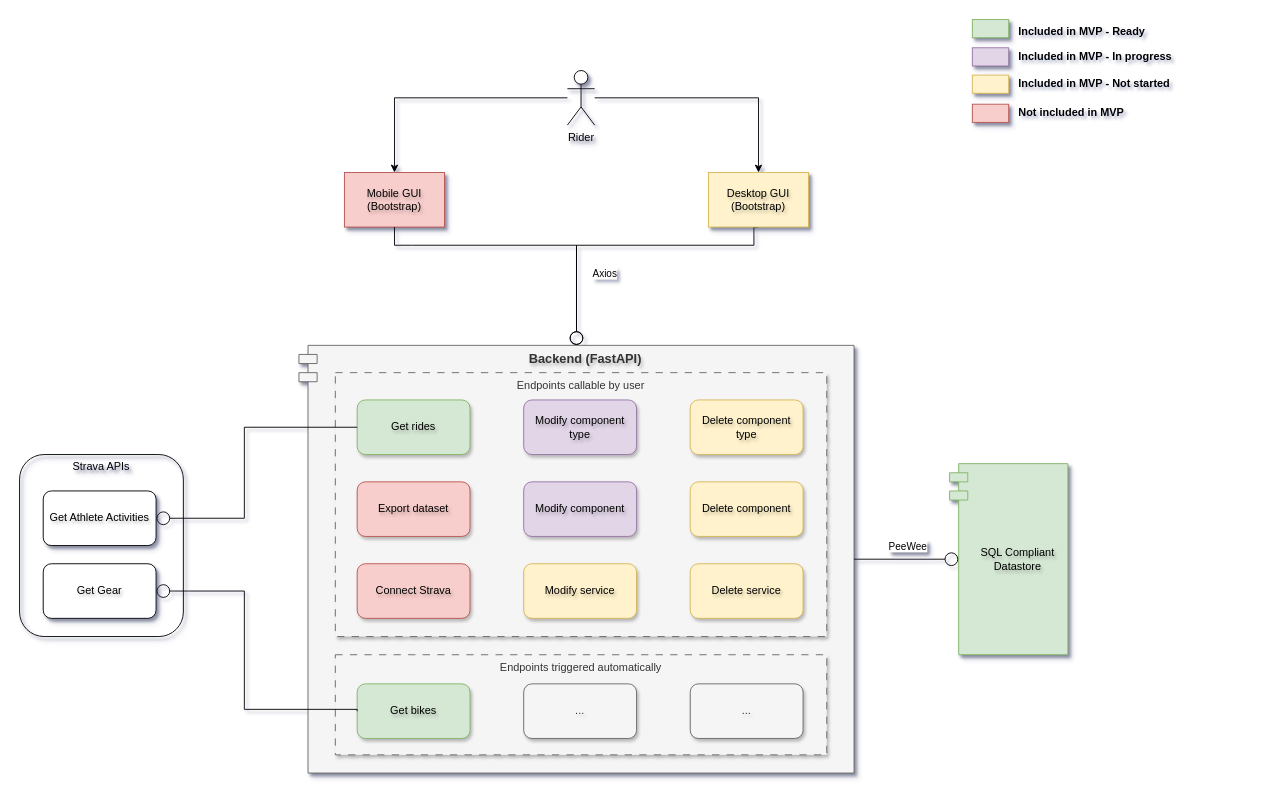
Before: page "Application architecture" (1 of 6) of docs/all_diagrams.drawio in xivind/velo-supervisor-2000, a draw.io diagram. Source tidied: cells renumbered, new cells numbered last; positions are measured from the earlier drawing's top-left corner, leaving out a move shared by most shapes. Both pictures are drawn from the tidied source at 91%, with x=0, y=0 at pixel (19, 17).
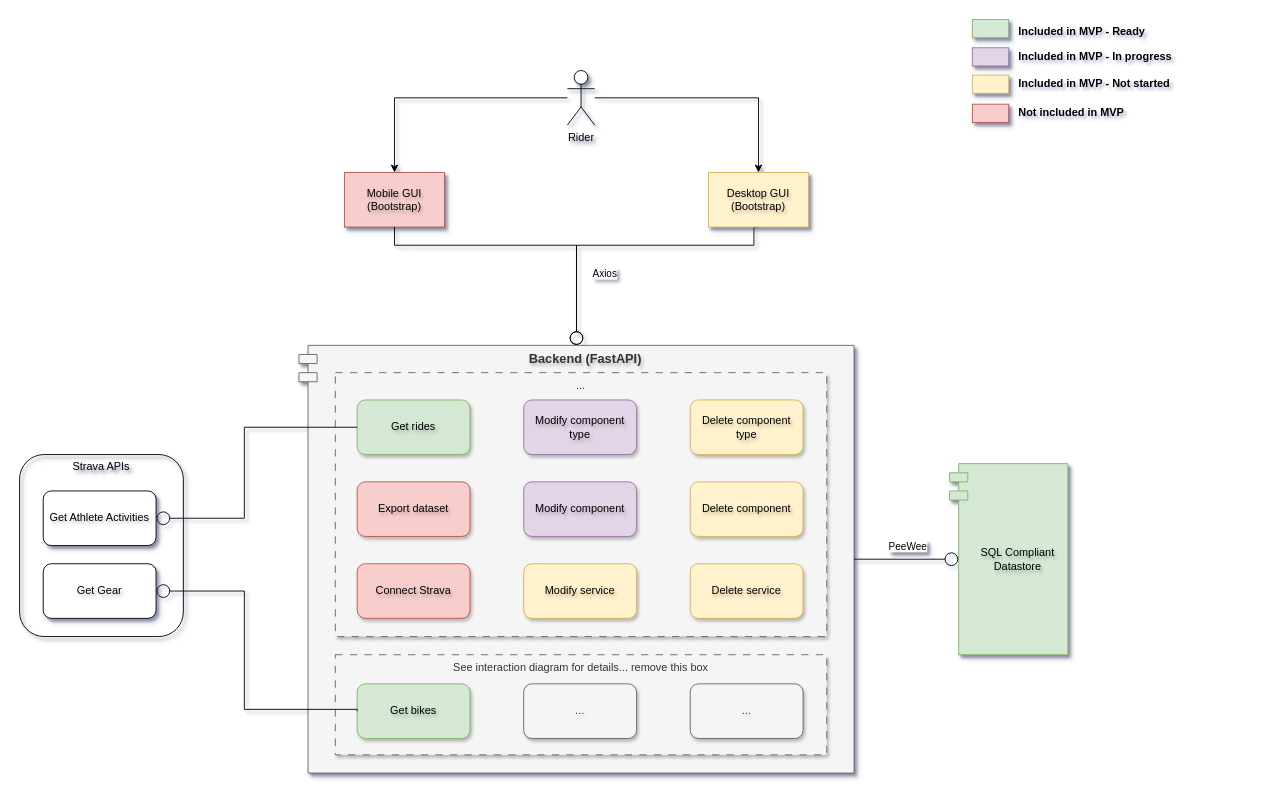
Above is the later version.

Commit message:
Changes app architecture

Diff of the diagram source:
```diff
@@
-    <mxCell id="25" value="Endpoints callable by user" style="rounded=0;whiteSpace=wrap;html=1;verticalAlign=top;dashed=1;dashPattern=8 8;fillColor=#f5f5f5;fontColor=#333333;strokeColor=#666666;glass=0;shadow=1;" parent="1" vertex="1">
+    <mxCell id="25" value="..." style="rounded=0;whiteSpace=wrap;html=1;verticalAlign=top;dashed=1;dashPattern=8 8;fillColor=#f5f5f5;fontColor=#333333;strokeColor=#666666;glass=0;shadow=1;" parent="1" vertex="1">
       <mxGeometry x="347" y="390" width="540" height="290" as="geometry" />
     </mxCell>
@@
-    <mxCell id="29" value="Endpoints triggered automatically" style="rounded=0;whiteSpace=wrap;html=1;verticalAlign=top;dashed=1;dashPattern=8 8;fillColor=#f5f5f5;fontColor=#333333;strokeColor=#666666;glass=0;shadow=1;" parent="1" vertex="1">
+    <mxCell id="29" value="See interaction diagram for details... remove this box" style="rounded=0;whiteSpace=wrap;html=1;verticalAlign=top;dashed=1;dashPattern=8 8;fillColor=#f5f5f5;fontColor=#333333;strokeColor=#666666;glass=0;shadow=1;" parent="1" vertex="1">
       <mxGeometry x="347" y="700" width="540" height="110" as="geometry" />
     </mxCell>
```
